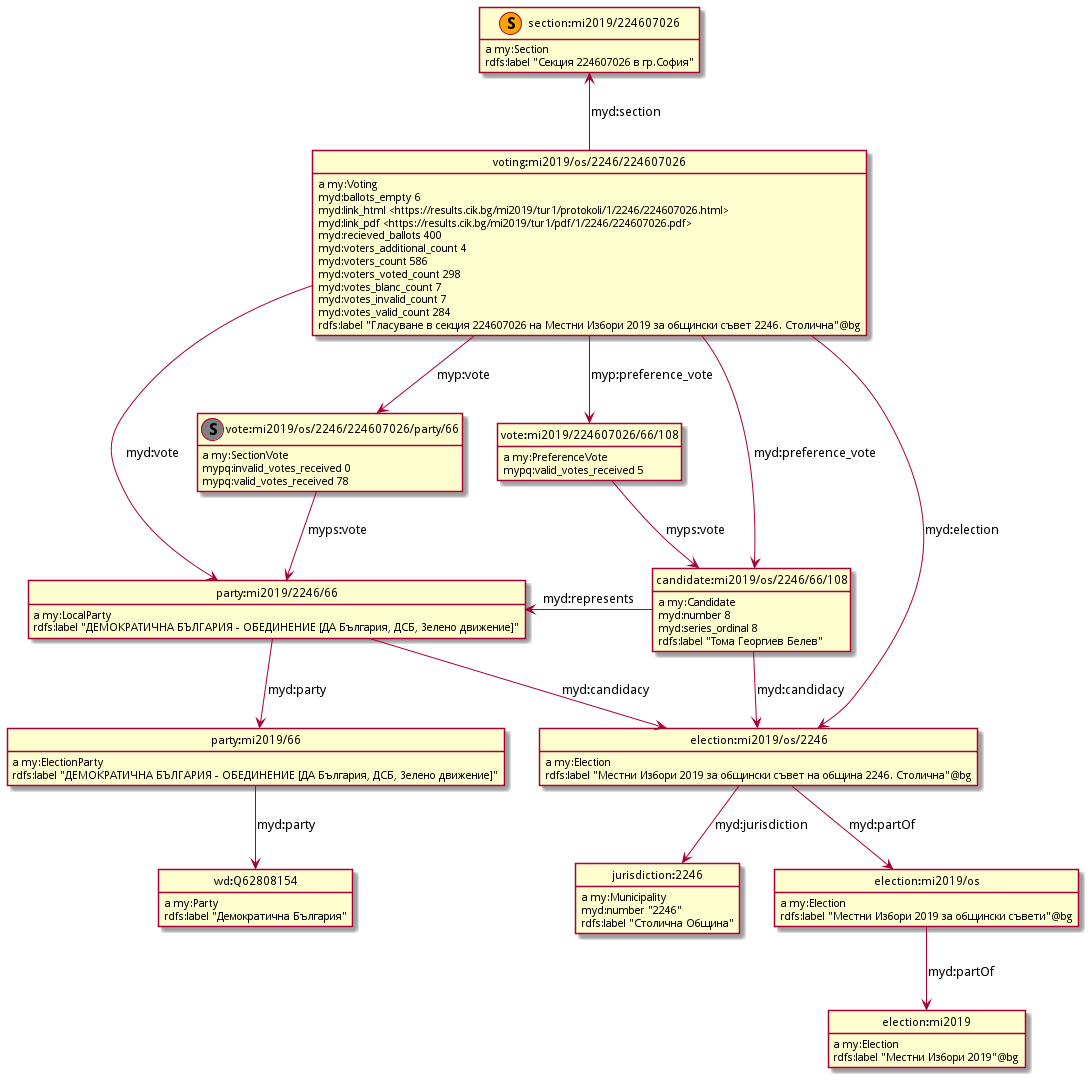
Earlier version of the PlantUML export model/localModel_os.png (nikolatulechki/semanticElections).
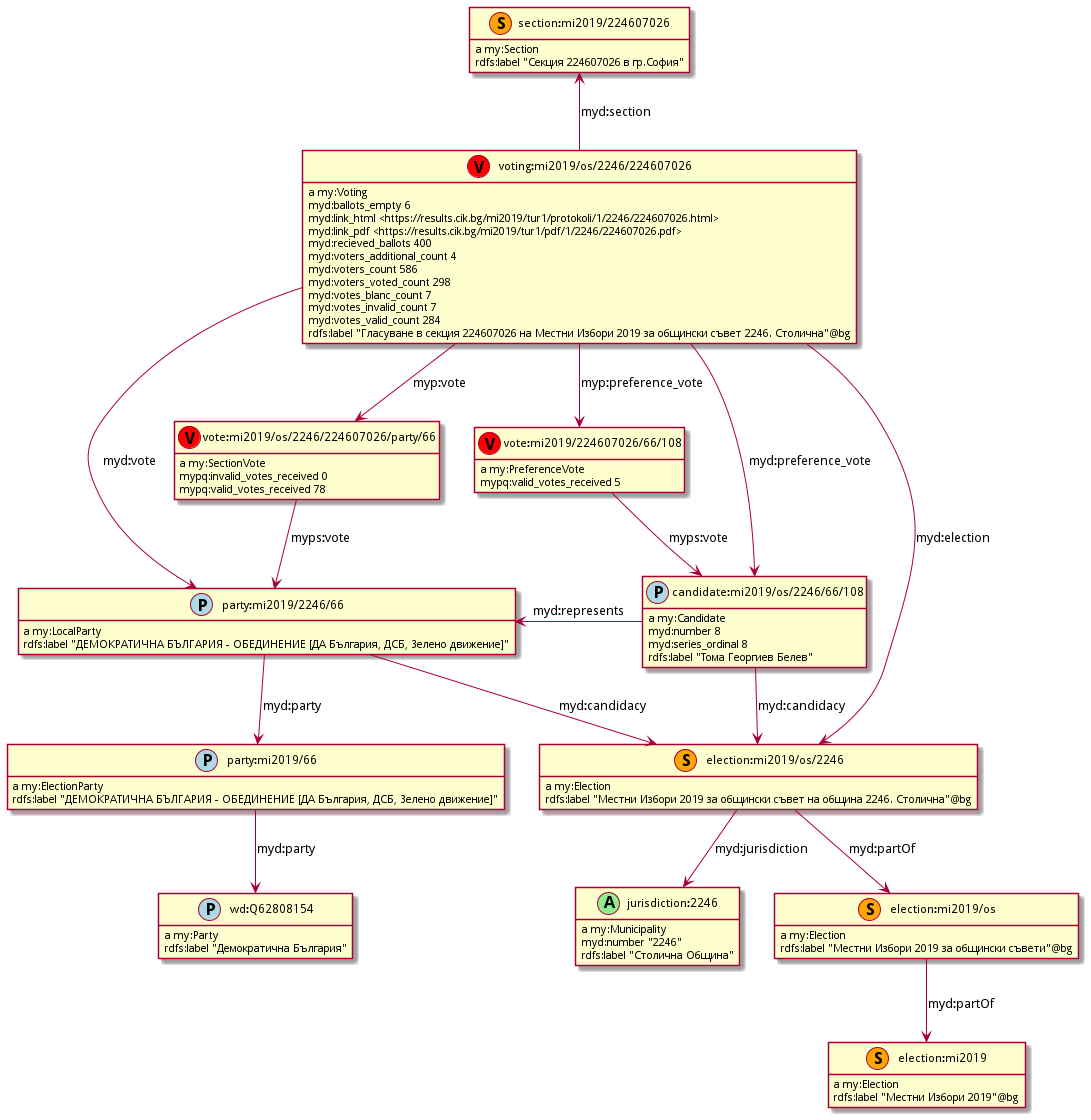
The same diagram one commit later.

Diff of the diagram source:
```diff
@@ -3,55 +3,77 @@
 hide empty attributes
 hide circle
 skinparam classAttributeIconSize 0
+class vote_mi2019_os_2246_224607026_party_66 as "vote:mi2019/os/2246/224607026/party/66"
+class vote_mi2019_os_2246_224607026_party_66 <<(V,red)>>
+show vote_mi2019_os_2246_224607026_party_66 circle
+class vote_mi2019_224607026_66_108 as "vote:mi2019/224607026/66/108"
+class vote_mi2019_224607026_66_108 <<(V,red)>>
+show vote_mi2019_224607026_66_108 circle
+class voting_mi2019_os_2246_224607026 as "voting:mi2019/os/2246/224607026"
+class voting_mi2019_os_2246_224607026 <<(V,red)>>
+show voting_mi2019_os_2246_224607026 circle
 class section_mi2019_224607026 as "section:mi2019/224607026"
 class section_mi2019_224607026 <<(S,orange)>>
 show section_mi2019_224607026 circle
-class vote_mi2019_os_2246_224607026_party_66 as "vote:mi2019/os/2246/224607026/party/66"
-class vote_mi2019_os_2246_224607026_party_66 <<(S,gray)>>
-show vote_mi2019_os_2246_224607026_party_66 circle
+class election_mi2019 as "election:mi2019"
+class election_mi2019 <<(S,orange)>>
+show election_mi2019 circle
+class election_mi2019_os as "election:mi2019/os"
+class election_mi2019_os <<(S,orange)>>
+show election_mi2019_os circle
+class election_mi2019_os_2246 as "election:mi2019/os/2246"
+class election_mi2019_os_2246 <<(S,orange)>>
+show election_mi2019_os_2246 circle
+class candidate_mi2019_os_2246_66_108 as "candidate:mi2019/os/2246/66/108"
+class candidate_mi2019_os_2246_66_108 <<(P,lightblue)>>
+show candidate_mi2019_os_2246_66_108 circle
 class wd_Q62808154 as "wd:Q62808154"
-wd_Q62808154 : a my:Party
-wd_Q62808154 : rdfs:label "Демократична България"
-class election_mi2019_os as "election:mi2019/os"
-election_mi2019_os : a my:Election
-class election_mi2019 as "election:mi2019"
-election_mi2019_os -down-> election_mi2019 : myd:partOf
-election_mi2019_os : rdfs:label "Местни Избори 2019 за общински съвети"@bg
+class wd_Q62808154 <<(P,lightblue)>>
+show wd_Q62808154 circle
 class party_mi2019_66 as "party:mi2019/66"
+class party_mi2019_66 <<(P,lightblue)>>
+show party_mi2019_66 circle
+class party_mi2019_2246_66 as "party:mi2019/2246/66"
+class party_mi2019_2246_66 <<(P,lightblue)>>
+show party_mi2019_2246_66 circle
+class jurisdiction_2246 as "jurisdiction:2246"
+class jurisdiction_2246 <<(A,lightgreen)>>
+show jurisdiction_2246 circle
+election_mi2019_os_2246 : a my:Election
+election_mi2019_os_2246 -down-> jurisdiction_2246 : myd:jurisdiction
+election_mi2019_os_2246 -down-> election_mi2019_os : myd:partOf
+election_mi2019_os_2246 : rdfs:label "Местни Избори 2019 за общински съвет на община 2246. Столична"@bg
+vote_mi2019_224607026_66_108 : a my:PreferenceVote
+vote_mi2019_224607026_66_108 -down-> candidate_mi2019_os_2246_66_108 : myps:vote
+vote_mi2019_224607026_66_108 : mypq:valid_votes_received 5
 party_mi2019_66 : a my:ElectionParty
 party_mi2019_66 -down-> wd_Q62808154 : myd:party
 party_mi2019_66 : rdfs:label "ДЕМОКРАТИЧНА БЪЛГАРИЯ - ОБЕДИНЕНИЕ [ДА България, ДСБ, Зелено движение]"
-election_mi2019 : a my:Election
-election_mi2019 : rdfs:label "Местни Избори 2019"@bg
-class jurisdiction_2246 as "jurisdiction:2246"
+section_mi2019_224607026 : a my:Section
+section_mi2019_224607026 : rdfs:label "Секция 224607026 в гр.София"
+election_mi2019_os : a my:Election
+election_mi2019_os -down-> election_mi2019 : myd:partOf
+election_mi2019_os : rdfs:label "Местни Избори 2019 за общински съвети"@bg
+party_mi2019_2246_66 : a my:LocalParty
+party_mi2019_2246_66 -down-> party_mi2019_66 : myd:party
+party_mi2019_2246_66 -down-> election_mi2019_os_2246 : myd:candidacy
+party_mi2019_2246_66 : rdfs:label "ДЕМОКРАТИЧНА БЪЛГАРИЯ - ОБЕДИНЕНИЕ [ДА България, ДСБ, Зелено движение]"
+vote_mi2019_os_2246_224607026_party_66 : a my:SectionVote
+vote_mi2019_os_2246_224607026_party_66 -down-> party_mi2019_2246_66 : myps:vote
+vote_mi2019_os_2246_224607026_party_66 : mypq:invalid_votes_received 0
+vote_mi2019_os_2246_224607026_party_66 : mypq:valid_votes_received 78
 jurisdiction_2246 : a my:Municipality
 jurisdiction_2246 : myd:number "2246"
 jurisdiction_2246 : rdfs:label "Столична Община"
-class vote_mi2019_224607026_66_108 as "vote:mi2019/224607026/66/108"
-vote_mi2019_224607026_66_108 : a my:PreferenceVote
-class candidate_mi2019_os_2246_66_108 as "candidate:mi2019/os/2246/66/108"
-vote_mi2019_224607026_66_108 -down-> candidate_mi2019_os_2246_66_108 : myps:vote
-vote_mi2019_224607026_66_108 : mypq:valid_votes_received 5
-candidate_mi2019_os_2246_66_108 : a my:Candidate
-class election_mi2019_os_2246 as "election:mi2019/os/2246"
-candidate_mi2019_os_2246_66_108 -down-> election_mi2019_os_2246 : myd:candidacy
-class party_mi2019_2246_66 as "party:mi2019/2246/66"
-candidate_mi2019_os_2246_66_108 -left-> party_mi2019_2246_66 : myd:represents
-candidate_mi2019_os_2246_66_108 : myd:number 8
-candidate_mi2019_os_2246_66_108 : myd:series_ordinal 8
-candidate_mi2019_os_2246_66_108 : rdfs:label "Тома Георгиев Белев"
-election_mi2019_os_2246 : a my:Election
-election_mi2019_os_2246 -down-> election_mi2019_os : myd:partOf
-election_mi2019_os_2246 -down-> jurisdiction_2246 : myd:jurisdiction
-election_mi2019_os_2246 : rdfs:label "Местни Избори 2019 за общински съвет на община 2246. Столична"@bg
-class voting_mi2019_os_2246_224607026 as "voting:mi2019/os/2246/224607026"
+election_mi2019 : a my:Election
+election_mi2019 : rdfs:label "Местни Избори 2019"@bg
 voting_mi2019_os_2246_224607026 : a my:Voting
+voting_mi2019_os_2246_224607026 -up-> section_mi2019_224607026 : myd:section
 voting_mi2019_os_2246_224607026 -down-> vote_mi2019_224607026_66_108 : myp:preference_vote
 voting_mi2019_os_2246_224607026 -down-> candidate_mi2019_os_2246_66_108 : myd:preference_vote
-voting_mi2019_os_2246_224607026 -down-> party_mi2019_2246_66 : myd:vote
-voting_mi2019_os_2246_224607026 -up-> section_mi2019_224607026 : myd:section
 voting_mi2019_os_2246_224607026 -down-> election_mi2019_os_2246 : myd:election
 voting_mi2019_os_2246_224607026 -down-> vote_mi2019_os_2246_224607026_party_66 : myp:vote
+voting_mi2019_os_2246_224607026 -down-> party_mi2019_2246_66 : myd:vote
 voting_mi2019_os_2246_224607026 : myd:ballots_empty 6
 voting_mi2019_os_2246_224607026 : myd:link_html <https://results.cik.bg/mi2019/tur1/protokoli/1/2246/224607026.html>
 voting_mi2019_os_2246_224607026 : myd:link_pdf <https://results.cik.bg/mi2019/tur1/pdf/1/2246/224607026.pdf>
@@ -63,14 +85,12 @@
 voting_mi2019_os_2246_224607026 : myd:votes_invalid_count 7
 voting_mi2019_os_2246_224607026 : myd:votes_valid_count 284
 voting_mi2019_os_2246_224607026 : rdfs:label "Гласуване в секция 224607026 на Местни Избори 2019 за общински съвет 2246. Столична"@bg
-vote_mi2019_os_2246_224607026_party_66 : a my:SectionVote
-vote_mi2019_os_2246_224607026_party_66 -down-> party_mi2019_2246_66 : myps:vote
-vote_mi2019_os_2246_224607026_party_66 : mypq:invalid_votes_received 0
-vote_mi2019_os_2246_224607026_party_66 : mypq:valid_votes_received 78
-section_mi2019_224607026 : a my:Section
-section_mi2019_224607026 : rdfs:label "Секция 224607026 в гр.София"
-party_mi2019_2246_66 : a my:LocalParty
-party_mi2019_2246_66 -down-> election_mi2019_os_2246 : myd:candidacy
-party_mi2019_2246_66 -down-> party_mi2019_66 : myd:party
-party_mi2019_2246_66 : rdfs:label "ДЕМОКРАТИЧНА БЪЛГАРИЯ - ОБЕДИНЕНИЕ [ДА България, ДСБ, Зелено движение]"
+candidate_mi2019_os_2246_66_108 : a my:Candidate
+candidate_mi2019_os_2246_66_108 -down-> election_mi2019_os_2246 : myd:candidacy
+candidate_mi2019_os_2246_66_108 -left-> party_mi2019_2246_66 : myd:represents
+candidate_mi2019_os_2246_66_108 : myd:number 8
+candidate_mi2019_os_2246_66_108 : myd:series_ordinal 8
+candidate_mi2019_os_2246_66_108 : rdfs:label "Тома Георгиев Белев"
+wd_Q62808154 : a my:Party
+wd_Q62808154 : rdfs:label "Демократична България"
 @enduml
```
